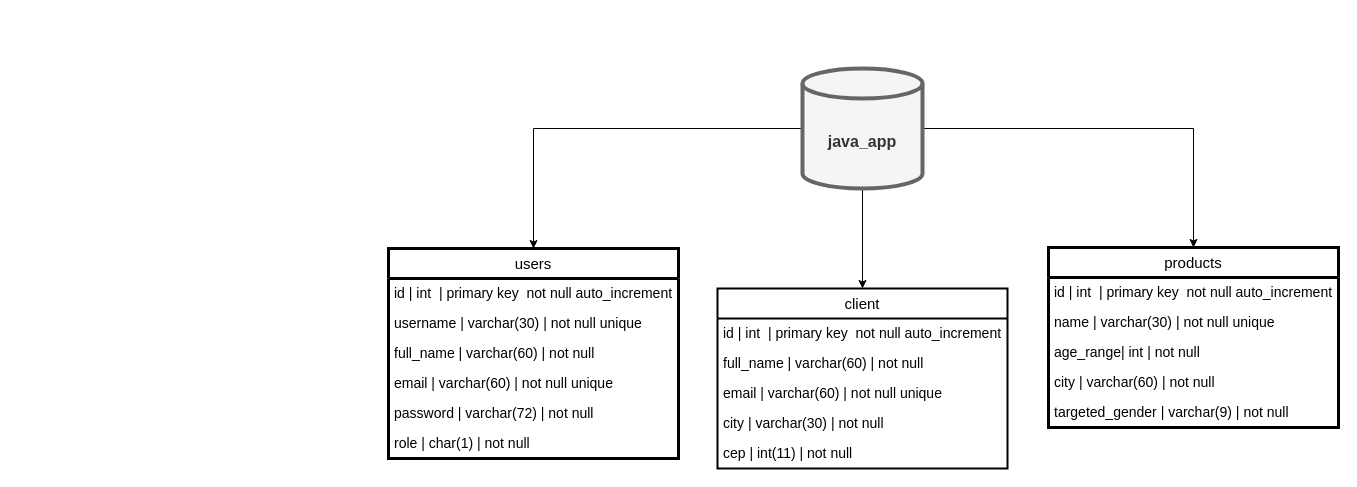
Above: teste1.drawio in NicolasAlcs/Exerc-cios-Aula-de-Desen-Web (draw.io), before the change. Source tidied: cells renumbered, new cells numbered last; positions are measured from the earlier drawing's top-left corner, leaving out a move shared by most shapes. Both pictures are drawn from the tidied source at 100%, with x=0, y=0 at pixel (388, 68).
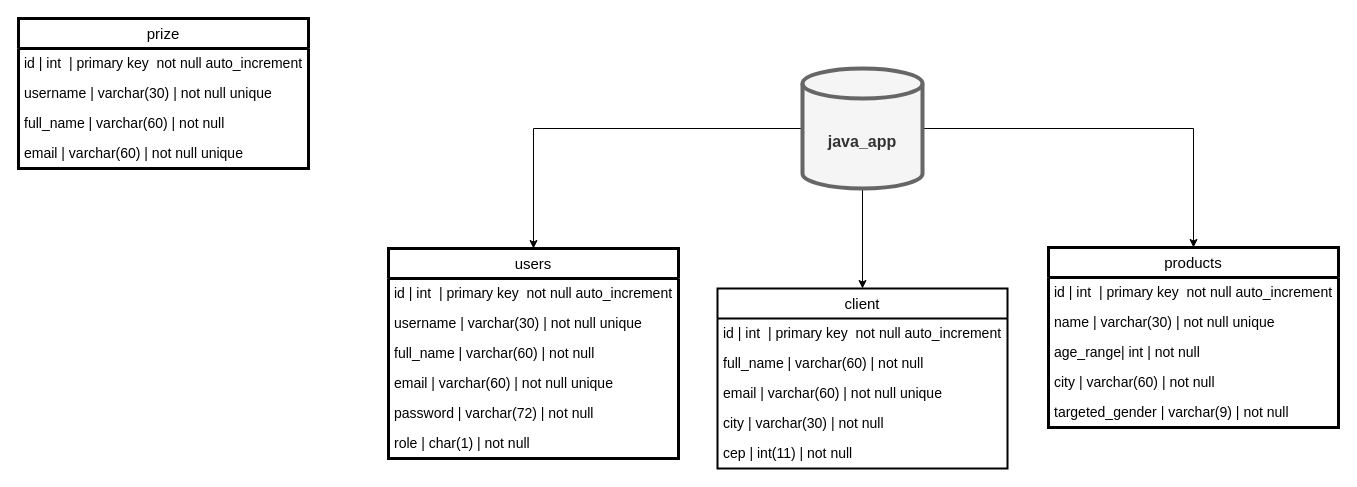
The same page after the edit.

What changed in the source:
```diff
@@
+    <mxCell id="25" value="&lt;font style=&quot;font-size: 15px;&quot;&gt;prize&lt;/font&gt;" style="swimlane;fontStyle=0;horizontal=1;startSize=30;whiteSpace=wrap;html=1;strokeWidth=3;" parent="1" vertex="1">
+      <mxGeometry x="-370" y="-50" width="290" height="150" as="geometry" />
+    </mxCell>
+    <mxCell id="26" value="&lt;span style=&quot;font-size: 14px;&quot;&gt;id | int&amp;nbsp; | primary key&amp;nbsp; not null auto_increment&lt;/span&gt;" style="text;strokeColor=none;fillColor=none;align=left;verticalAlign=middle;spacingLeft=4;spacingRight=4;overflow=hidden;whiteSpace=wrap;html=1;" parent="25" vertex="1">
+      <mxGeometry y="30" width="290" height="30" as="geometry" />
+    </mxCell>
+    <mxCell id="27" value="&lt;font style=&quot;font-size: 14px;&quot;&gt;username | varchar(30) | not null unique&lt;/font&gt;" style="text;strokeColor=none;fillColor=none;align=left;verticalAlign=middle;spacingLeft=4;spacingRight=4;overflow=hidden;whiteSpace=wrap;html=1;" parent="25" vertex="1">
+      <mxGeometry y="60" width="290" height="30" as="geometry" />
+    </mxCell>
+    <mxCell id="28" value="&lt;font style=&quot;font-size: 14px;&quot;&gt;full_name | varchar(60) | not null&lt;/font&gt;" style="text;strokeColor=none;fillColor=none;align=left;verticalAlign=middle;spacingLeft=4;spacingRight=4;overflow=hidden;whiteSpace=wrap;html=1;" parent="25" vertex="1">
+      <mxGeometry y="90" width="290" height="30" as="geometry" />
+    </mxCell>
+    <mxCell id="29" value="&lt;font style=&quot;font-size: 14px;&quot;&gt;email | varchar(60) | not null unique&lt;/font&gt;" style="text;strokeColor=none;fillColor=none;align=left;verticalAlign=middle;spacingLeft=4;spacingRight=4;overflow=hidden;whiteSpace=wrap;html=1;" parent="25" vertex="1">
+      <mxGeometry y="120" width="290" height="30" as="geometry" />
+    </mxCell>
```
